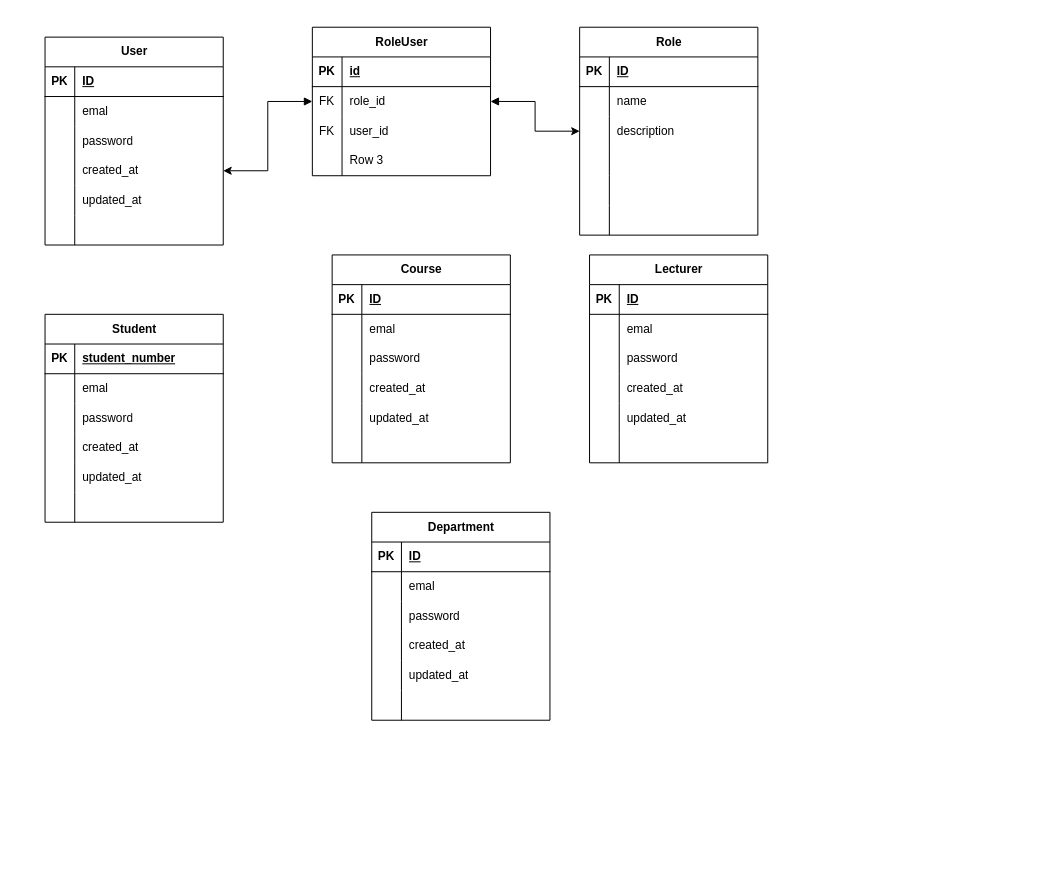
Above: page "ERDs" (1 of 2) of docs/ERD for QRCODE PRO.drawio in Phiwadludlu/QRClass-Pro (draw.io), before the change. Source tidied: cells renumbered, new cells numbered last; positions are measured from the earlier drawing's top-left corner, leaving out a move shared by most shapes. Both pictures are drawn from the tidied source at 99%, with x=0, y=0 at pixel (45, 27).
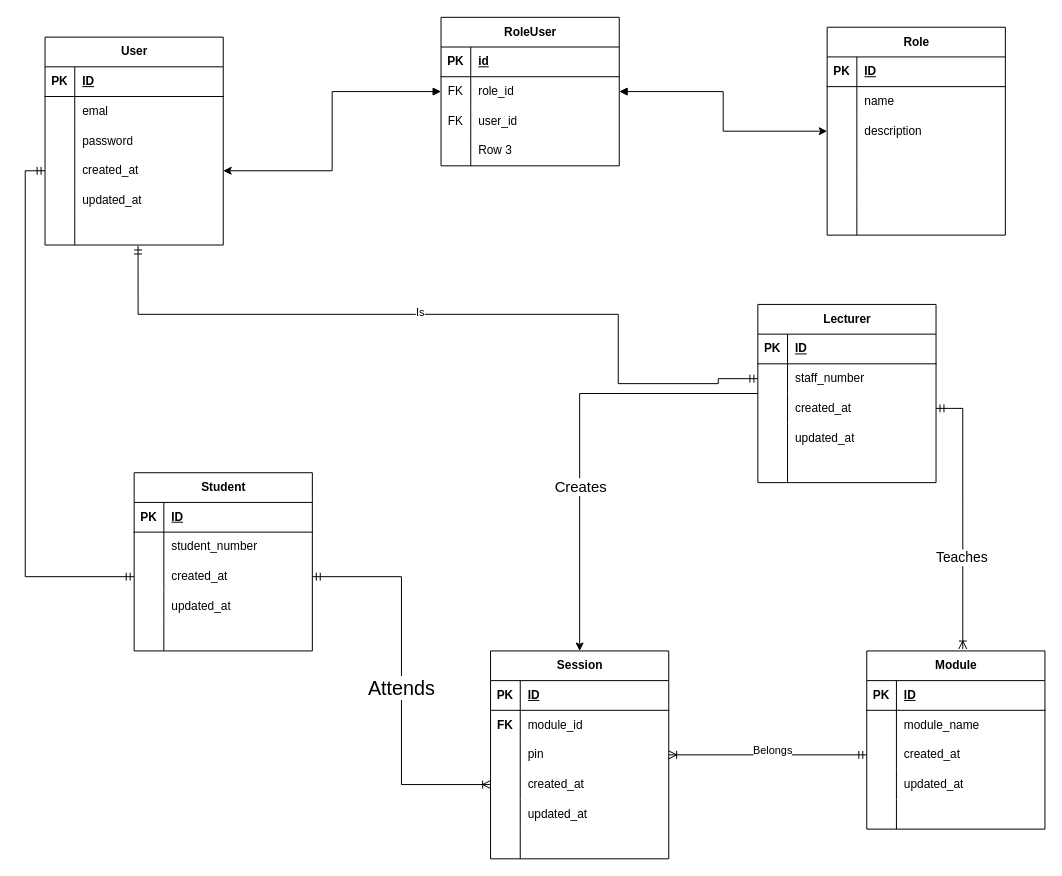
Above is the later version.

Unchanged cells that the change refers to:
```xml
<mxCell id="12" style="shape=tableRow;horizontal=0;startSize=0;swimlaneHead=0;swimlaneBody=0;fillColor=none;points=[[0,0.5],[1,0.5]];portConstraint=eastwest;top=0;left=0;right=0;bottom=0;" parent="2" vertex="1">
  <mxGeometry y="120" width="180" height="30" as="geometry" />
</mxCell>
<mxCell id="18" style="shape=tableRow;horizontal=0;startSize=0;swimlaneHead=0;swimlaneBody=0;fillColor=none;points=[[0,0.5],[1,0.5]];portConstraint=eastwest;top=0;left=0;right=0;bottom=0;" parent="2" vertex="1">
  <mxGeometry y="180" width="180" height="30" as="geometry" />
</mxCell>
<mxCell id="59" style="shape=tableRow;horizontal=0;startSize=0;swimlaneHead=0;swimlaneBody=0;fillColor=none;top=0;left=0;right=0;bottom=0;" parent="55" vertex="1">
  <mxGeometry y="60" width="180" height="30" as="geometry" />
</mxCell>
<mxCell id="62" style="shape=tableRow;horizontal=0;startSize=0;swimlaneHead=0;swimlaneBody=0;fillColor=none;points=[[0,0.5],[1,0.5]];portConstraint=eastwest;top=0;left=0;right=0;bottom=0;" parent="55" vertex="1">
  <mxGeometry y="90" width="180" height="30" as="geometry" />
</mxCell>
<mxCell id="65" style="shape=tableRow;horizontal=0;startSize=0;swimlaneHead=0;swimlaneBody=0;fillColor=none;points=[[0,0.5],[1,0.5]];portConstraint=eastwest;top=0;left=0;right=0;bottom=0;" parent="55" vertex="1">
  <mxGeometry y="120" width="180" height="30" as="geometry" />
</mxCell>
<mxCell id="97" style="shape=tableRow;horizontal=0;startSize=0;swimlaneHead=0;swimlaneBody=0;fillColor=none;points=[[0,0.5],[1,0.5]];portConstraint=eastwest;top=0;left=0;right=0;bottom=0;" parent="93" vertex="1">
  <mxGeometry y="60" width="180" height="30" as="geometry" />
</mxCell>
<mxCell id="113" style="shape=tableRow;horizontal=0;startSize=0;swimlaneHead=0;swimlaneBody=0;fillColor=none;top=0;left=0;right=0;bottom=1;" parent="112" vertex="1">
  <mxGeometry y="30" width="180" height="30" as="geometry" />
</mxCell>
<mxCell id="116" style="shape=tableRow;horizontal=0;startSize=0;swimlaneHead=0;swimlaneBody=0;fillColor=none;top=0;left=0;right=0;bottom=0;" parent="112" vertex="1">
  <mxGeometry y="60" width="180" height="30" as="geometry" />
</mxCell>
```

The edit, as a diff of the source:
```diff
@@
+    <mxCell id="131" style="edgeStyle=orthogonalEdgeStyle;rounded=0;jettySize=auto;html=1;entryX=0;entryY=0.5;entryDx=0;entryDy=0;startArrow=ERmandOne;startFill=0;endArrow=ERmandOne;endFill=0;exitX=0.522;exitY=1.033;exitDx=0;exitDy=0;exitPerimeter=0;" parent="1" edge="1" source="18" target="97">
+      <mxGeometry relative="1" as="geometry">
+        <Array as="points">
+          <mxPoint x="94" y="290" />
+          <mxPoint x="579" y="290" />
+          <mxPoint x="579" y="360" />
+          <mxPoint x="680" y="360" />
+        </Array>
+      </mxGeometry>
+    </mxCell>
+    <mxCell id="132" value="Is" style="edgeLabel;html=1;align=center;verticalAlign=middle;" parent="131" vertex="1">
+      <mxGeometry x="-0.08" y="3" relative="1" as="geometry" />
+    </mxCell>
@@
     <mxCell id="21" value="Role" style="shape=table;startSize=30;childLayout=tableLayout;rowLines=0;fontStyle=1;align=center;html=1;" parent="1" vertex="1">
-      <mxGeometry x="540" width="180" height="210" as="geometry" />
+      <mxGeometry x="790" width="180" height="210" as="geometry" />
     </mxCell>
@@
     <mxCell id="40" value="RoleUser" style="shape=table;startSize=30;childLayout=tableLayout;rowLines=0;fontStyle=1;align=center;html=1;" parent="1" vertex="1">
-      <mxGeometry x="270" width="180" height="150" as="geometry" />
+      <mxGeometry x="400" y="-10" width="180" height="150" as="geometry" />
     </mxCell>
@@
-    <mxCell id="55" value="Department" style="shape=table;startSize=30;childLayout=tableLayout;rowLines=0;fontStyle=1;align=center;html=1;" parent="1" vertex="1">
-      <mxGeometry x="330" y="490" width="180" height="210" as="geometry" />
+    <mxCell id="55" value="Session" style="shape=table;startSize=30;childLayout=tableLayout;rowLines=0;fontStyle=1;align=center;html=1;" parent="1" vertex="1">
+      <mxGeometry x="450" y="630" width="180" height="210" as="geometry" />
     </mxCell>
@@
-    <mxCell id="60" style="shape=partialRectangle;fillColor=none;top=0;left=0;bottom=0;right=0;overflow=hidden;whiteSpace=wrap;html=1;" parent="59" vertex="1">
+    <mxCell id="60" value="&lt;b&gt;FK&lt;/b&gt;" style="shape=partialRectangle;fillColor=none;top=0;left=0;bottom=0;right=0;overflow=hidden;whiteSpace=wrap;html=1;" parent="59" vertex="1">
       <mxGeometry width="30" height="30" as="geometry" />
     </mxCell>
-    <mxCell id="61" value="emal" style="shape=partialRectangle;fillColor=none;top=0;left=0;bottom=0;right=0;align=left;spacingLeft=6;overflow=hidden;whiteSpace=wrap;html=1;" parent="59" vertex="1">
+    <mxCell id="61" value="module_id" style="shape=partialRectangle;fillColor=none;top=0;left=0;bottom=0;right=0;align=left;spacingLeft=6;overflow=hidden;whiteSpace=wrap;html=1;" parent="59" vertex="1">
       <mxGeometry x="30" width="150" height="30" as="geometry" />
     </mxCell>
@@
-    <mxCell id="64" value="password" style="shape=partialRectangle;fillColor=none;top=0;left=0;bottom=0;right=0;align=left;spacingLeft=6;overflow=hidden;whiteSpace=wrap;html=1;" parent="62" vertex="1">
+    <mxCell id="64" value="pin" style="shape=partialRectangle;fillColor=none;top=0;left=0;bottom=0;right=0;align=left;spacingLeft=6;overflow=hidden;whiteSpace=wrap;html=1;" parent="62" vertex="1">
       <mxGeometry x="30" width="150" height="30" as="geometry" />
     </mxCell>
@@
-    <mxCell id="74" value="Course" style="shape=table;startSize=30;childLayout=tableLayout;rowLines=0;fontStyle=1;align=center;html=1;" parent="1" vertex="1">
-      <mxGeometry x="290" y="230" width="180" height="210" as="geometry" />
-    </mxCell>
-    <mxCell id="75" style="shape=tableRow;horizontal=0;startSize=0;swimlaneHead=0;swimlaneBody=0;fillColor=none;top=0;left=0;right=0;bottom=1;" parent="74" vertex="1">
-      <mxGeometry y="30" width="180" height="30" as="geometry" />
-    </mxCell>
-    <mxCell id="76" value="PK" style="shape=partialRectangle;fillColor=none;top=0;left=0;bottom=0;right=0;fontStyle=1;overflow=hidden;whiteSpace=wrap;html=1;" parent="75" vertex="1">
-      <mxGeometry width="30" height="30" as="geometry" />
-    </mxCell>
-    <mxCell id="77" value="ID" style="shape=partialRectangle;fillColor=none;top=0;left=0;bottom=0;right=0;align=left;spacingLeft=6;fontStyle=5;overflow=hidden;whiteSpace=wrap;html=1;" parent="75" vertex="1">
-      <mxGeometry x="30" width="150" height="30" as="geometry" />
-    </mxCell>
-    <mxCell id="78" style="shape=tableRow;horizontal=0;startSize=0;swimlaneHead=0;swimlaneBody=0;fillColor=none;top=0;left=0;right=0;bottom=0;" parent="74" vertex="1">
-      <mxGeometry y="60" width="180" height="30" as="geometry" />
-    </mxCell>
-    <mxCell id="79" style="shape=partialRectangle;fillColor=none;top=0;left=0;bottom=0;right=0;overflow=hidden;whiteSpace=wrap;html=1;" parent="78" vertex="1">
-      <mxGeometry width="30" height="30" as="geometry" />
-    </mxCell>
-    <mxCell id="80" value="emal" style="shape=partialRectangle;fillColor=none;top=0;left=0;bottom=0;right=0;align=left;spacingLeft=6;overflow=hidden;whiteSpace=wrap;html=1;" parent="78" vertex="1">
-      <mxGeometry x="30" width="150" height="30" as="geometry" />
-    </mxCell>
-    <mxCell id="81" style="shape=tableRow;horizontal=0;startSize=0;swimlaneHead=0;swimlaneBody=0;fillColor=none;top=0;left=0;right=0;bottom=0;" parent="74" vertex="1">
-      <mxGeometry y="90" width="180" height="30" as="geometry" />
-    </mxCell>
-    <mxCell id="82" style="shape=partialRectangle;fillColor=none;top=0;left=0;bottom=0;right=0;overflow=hidden;whiteSpace=wrap;html=1;" parent="81" vertex="1">
-      <mxGeometry width="30" height="30" as="geometry" />
-    </mxCell>
-    <mxCell id="83" value="password" style="shape=partialRectangle;fillColor=none;top=0;left=0;bottom=0;right=0;align=left;spacingLeft=6;overflow=hidden;whiteSpace=wrap;html=1;" parent="81" vertex="1">
-      <mxGeometry x="30" width="150" height="30" as="geometry" />
-    </mxCell>
-    <mxCell id="84" style="shape=tableRow;horizontal=0;startSize=0;swimlaneHead=0;swimlaneBody=0;fillColor=none;top=0;left=0;right=0;bottom=0;" parent="74" vertex="1">
-      <mxGeometry y="120" width="180" height="30" as="geometry" />
-    </mxCell>
-    <mxCell id="85" style="shape=partialRectangle;fillColor=none;top=0;left=0;bottom=0;right=0;overflow=hidden;whiteSpace=wrap;html=1;" parent="84" vertex="1">
-      <mxGeometry width="30" height="30" as="geometry" />
-    </mxCell>
-    <mxCell id="86" value="created_at" style="shape=partialRectangle;fillColor=none;top=0;left=0;bottom=0;right=0;align=left;spacingLeft=6;overflow=hidden;whiteSpace=wrap;html=1;" parent="84" vertex="1">
-      <mxGeometry x="30" width="150" height="30" as="geometry" />
-    </mxCell>
-    <mxCell id="87" style="shape=tableRow;horizontal=0;startSize=0;swimlaneHead=0;swimlaneBody=0;fillColor=none;top=0;left=0;right=0;bottom=0;" parent="74" vertex="1">
-      <mxGeometry y="150" width="180" height="30" as="geometry" />
-    </mxCell>
-    <mxCell id="88" style="shape=partialRectangle;fillColor=none;top=0;left=0;bottom=0;right=0;overflow=hidden;whiteSpace=wrap;html=1;" parent="87" vertex="1">
-      <mxGeometry width="30" height="30" as="geometry" />
-    </mxCell>
-    <mxCell id="89" value="updated_at" style="shape=partialRectangle;fillColor=none;top=0;left=0;bottom=0;right=0;align=left;spacingLeft=6;overflow=hidden;whiteSpace=wrap;html=1;" parent="87" vertex="1">
-      <mxGeometry x="30" width="150" height="30" as="geometry" />
-    </mxCell>
-    <mxCell id="90" style="shape=tableRow;horizontal=0;startSize=0;swimlaneHead=0;swimlaneBody=0;fillColor=none;top=0;left=0;right=0;bottom=0;" parent="74" vertex="1">
-      <mxGeometry y="180" width="180" height="30" as="geometry" />
-    </mxCell>
-    <mxCell id="91" style="shape=partialRectangle;fillColor=none;top=0;left=0;bottom=0;right=0;overflow=hidden;whiteSpace=wrap;html=1;" parent="90" vertex="1">
-      <mxGeometry width="30" height="30" as="geometry" />
-    </mxCell>
-    <mxCell id="92" style="shape=partialRectangle;fillColor=none;top=0;left=0;bottom=0;right=0;align=left;spacingLeft=6;overflow=hidden;whiteSpace=wrap;html=1;" parent="90" vertex="1">
-      <mxGeometry x="30" width="150" height="30" as="geometry" />
-    </mxCell>
+    <mxCell id="133" style="edgeStyle=orthogonalEdgeStyle;rounded=0;jettySize=auto;html=1;entryX=0.5;entryY=0;entryDx=0;entryDy=0;" parent="1" edge="1" source="93" target="55">
+      <mxGeometry relative="1" as="geometry" />
+    </mxCell>
+    <mxCell id="134" value="&lt;font style=&quot;font-size: 15px;&quot;&gt;Creates&lt;/font&gt;" style="edgeLabel;html=1;align=center;verticalAlign=middle;" parent="133" vertex="1">
+      <mxGeometry x="0.24" relative="1" as="geometry" />
+    </mxCell>
     <mxCell id="93" value="Lecturer" style="shape=table;startSize=30;childLayout=tableLayout;rowLines=0;fontStyle=1;align=center;html=1;" parent="1" vertex="1">
-      <mxGeometry x="550" y="230" width="180" height="210" as="geometry" />
+      <mxGeometry x="720" y="280" width="180" height="180" as="geometry" />
     </mxCell>
@@
-    <mxCell id="99" value="emal" style="shape=partialRectangle;fillColor=none;top=0;left=0;bottom=0;right=0;align=left;spacingLeft=6;overflow=hidden;whiteSpace=wrap;html=1;" parent="97" vertex="1">
+    <mxCell id="99" value="staff_number" style="shape=partialRectangle;fillColor=none;top=0;left=0;bottom=0;right=0;align=left;spacingLeft=6;overflow=hidden;whiteSpace=wrap;html=1;" parent="97" vertex="1">
       <mxGeometry x="30" width="150" height="30" as="geometry" />
     </mxCell>
-    <mxCell id="100" style="shape=tableRow;horizontal=0;startSize=0;swimlaneHead=0;swimlaneBody=0;fillColor=none;top=0;left=0;right=0;bottom=0;" parent="93" vertex="1">
-      <mxGeometry y="90" width="180" height="30" as="geometry" />
-    </mxCell>
-    <mxCell id="101" style="shape=partialRectangle;fillColor=none;top=0;left=0;bottom=0;right=0;overflow=hidden;whiteSpace=wrap;html=1;" parent="100" vertex="1">
-      <mxGeometry width="30" height="30" as="geometry" />
-    </mxCell>
-    <mxCell id="102" value="password" style="shape=partialRectangle;fillColor=none;top=0;left=0;bottom=0;right=0;align=left;spacingLeft=6;overflow=hidden;whiteSpace=wrap;html=1;" parent="100" vertex="1">
-      <mxGeometry x="30" width="150" height="30" as="geometry" />
-    </mxCell>
     <mxCell id="103" style="shape=tableRow;horizontal=0;startSize=0;swimlaneHead=0;swimlaneBody=0;fillColor=none;points=[[0,0.5],[1,0.5]];portConstraint=eastwest;top=0;left=0;right=0;bottom=0;" parent="93" vertex="1">
-      <mxGeometry y="120" width="180" height="30" as="geometry" />
+      <mxGeometry y="90" width="180" height="30" as="geometry" />
     </mxCell>
@@
     <mxCell id="106" style="shape=tableRow;horizontal=0;startSize=0;swimlaneHead=0;swimlaneBody=0;fillColor=none;top=0;left=0;right=0;bottom=0;" parent="93" vertex="1">
-      <mxGeometry y="150" width="180" height="30" as="geometry" />
+      <mxGeometry y="120" width="180" height="30" as="geometry" />
     </mxCell>
@@
     <mxCell id="109" style="shape=tableRow;horizontal=0;startSize=0;swimlaneHead=0;swimlaneBody=0;fillColor=none;top=0;left=0;right=0;bottom=0;" parent="93" vertex="1">
-      <mxGeometry y="180" width="180" height="30" as="geometry" />
+      <mxGeometry y="150" width="180" height="30" as="geometry" />
     </mxCell>
@@
     <mxCell id="112" value="Student" style="shape=table;startSize=30;childLayout=tableLayout;rowLines=0;fontStyle=1;align=center;html=1;" parent="1" vertex="1">
-      <mxGeometry y="290" width="180" height="210" as="geometry" />
+      <mxGeometry x="90" y="450" width="180" height="180" as="geometry" />
     </mxCell>
@@
-    <mxCell id="115" value="student_number" style="shape=partialRectangle;fillColor=none;top=0;left=0;bottom=0;right=0;align=left;spacingLeft=6;fontStyle=5;overflow=hidden;whiteSpace=wrap;html=1;" parent="113" vertex="1">
+    <mxCell id="115" value="ID" style="shape=partialRectangle;fillColor=none;top=0;left=0;bottom=0;right=0;align=left;spacingLeft=6;fontStyle=5;overflow=hidden;whiteSpace=wrap;html=1;" parent="113" vertex="1">
       <mxGeometry x="30" width="150" height="30" as="geometry" />
     </mxCell>
@@
-    <mxCell id="118" value="emal" style="shape=partialRectangle;fillColor=none;top=0;left=0;bottom=0;right=0;align=left;spacingLeft=6;overflow=hidden;whiteSpace=wrap;html=1;" parent="116" vertex="1">
+    <mxCell id="118" value="student_number" style="shape=partialRectangle;fillColor=none;top=0;left=0;bottom=0;right=0;align=left;spacingLeft=6;overflow=hidden;whiteSpace=wrap;html=1;" parent="116" vertex="1">
       <mxGeometry x="30" width="150" height="30" as="geometry" />
     </mxCell>
-    <mxCell id="119" style="shape=tableRow;horizontal=0;startSize=0;swimlaneHead=0;swimlaneBody=0;fillColor=none;top=0;left=0;right=0;bottom=0;" parent="112" vertex="1">
-      <mxGeometry y="90" width="180" height="30" as="geometry" />
-    </mxCell>
-    <mxCell id="120" style="shape=partialRectangle;fillColor=none;top=0;left=0;bottom=0;right=0;overflow=hidden;whiteSpace=wrap;html=1;" parent="119" vertex="1">
-      <mxGeometry width="30" height="30" as="geometry" />
-    </mxCell>
-    <mxCell id="121" value="password" style="shape=partialRectangle;fillColor=none;top=0;left=0;bottom=0;right=0;align=left;spacingLeft=6;overflow=hidden;whiteSpace=wrap;html=1;" parent="119" vertex="1">
-      <mxGeometry x="30" width="150" height="30" as="geometry" />
-    </mxCell>
     <mxCell id="122" style="shape=tableRow;horizontal=0;startSize=0;swimlaneHead=0;swimlaneBody=0;fillColor=none;points=[[0,0.5],[1,0.5]];portConstraint=eastwest;top=0;left=0;right=0;bottom=0;" parent="112" vertex="1">
-      <mxGeometry y="120" width="180" height="30" as="geometry" />
+      <mxGeometry y="90" width="180" height="30" as="geometry" />
     </mxCell>
@@
     <mxCell id="125" style="shape=tableRow;horizontal=0;startSize=0;swimlaneHead=0;swimlaneBody=0;fillColor=none;top=0;left=0;right=0;bottom=0;" parent="112" vertex="1">
-      <mxGeometry y="150" width="180" height="30" as="geometry" />
+      <mxGeometry y="120" width="180" height="30" as="geometry" />
     </mxCell>
@@
     <mxCell id="128" style="shape=tableRow;horizontal=0;startSize=0;swimlaneHead=0;swimlaneBody=0;fillColor=none;top=0;left=0;right=0;bottom=0;" parent="112" vertex="1">
-      <mxGeometry y="180" width="180" height="30" as="geometry" />
+      <mxGeometry y="150" width="180" height="30" as="geometry" />
     </mxCell>
@@
+    <mxCell id="135" value="Module" style="shape=table;startSize=30;childLayout=tableLayout;rowLines=0;fontStyle=1;align=center;html=1;" parent="1" vertex="1">
+      <mxGeometry x="830" y="630" width="180" height="180" as="geometry" />
+    </mxCell>
+    <mxCell id="75" style="shape=tableRow;horizontal=0;startSize=0;swimlaneHead=0;swimlaneBody=0;fillColor=none;top=0;left=0;right=0;bottom=1;" parent="135" vertex="1">
+      <mxGeometry y="30" width="180" height="30" as="geometry" />
+    </mxCell>
+    <mxCell id="76" value="PK" style="shape=partialRectangle;fillColor=none;top=0;left=0;bottom=0;right=0;fontStyle=1;overflow=hidden;whiteSpace=wrap;html=1;" parent="75" vertex="1">
+      <mxGeometry width="30" height="30" as="geometry" />
+    </mxCell>
+    <mxCell id="77" value="ID" style="shape=partialRectangle;fillColor=none;top=0;left=0;bottom=0;right=0;align=left;spacingLeft=6;fontStyle=5;overflow=hidden;whiteSpace=wrap;html=1;" parent="75" vertex="1">
+      <mxGeometry x="30" width="150" height="30" as="geometry" />
+    </mxCell>
+    <mxCell id="78" style="shape=tableRow;horizontal=0;startSize=0;swimlaneHead=0;swimlaneBody=0;fillColor=none;top=0;left=0;right=0;bottom=0;" parent="135" vertex="1">
+      <mxGeometry y="60" width="180" height="30" as="geometry" />
+    </mxCell>
+    <mxCell id="136" style="shape=partialRectangle;fillColor=none;top=0;left=0;bottom=0;right=0;overflow=hidden;whiteSpace=wrap;html=1;" parent="78" vertex="1">
+      <mxGeometry width="30" height="30" as="geometry" />
+    </mxCell>
+    <mxCell id="137" value="module_name" style="shape=partialRectangle;fillColor=none;top=0;left=0;bottom=0;right=0;align=left;spacingLeft=6;overflow=hidden;whiteSpace=wrap;html=1;" parent="78" vertex="1">
+      <mxGeometry x="30" width="150" height="30" as="geometry" />
+    </mxCell>
+    <mxCell id="138" style="shape=tableRow;horizontal=0;startSize=0;swimlaneHead=0;swimlaneBody=0;fillColor=none;points=[[0,0.5],[1,0.5]];portConstraint=eastwest;top=0;left=0;right=0;bottom=0;" parent="135" vertex="1">
+      <mxGeometry y="90" width="180" height="30" as="geometry" />
+    </mxCell>
+    <mxCell id="139" style="shape=partialRectangle;fillColor=none;top=0;left=0;bottom=0;right=0;overflow=hidden;whiteSpace=wrap;html=1;" parent="138" vertex="1">
+      <mxGeometry width="30" height="30" as="geometry" />
+    </mxCell>
+    <mxCell id="86" value="created_at" style="shape=partialRectangle;fillColor=none;top=0;left=0;bottom=0;right=0;align=left;spacingLeft=6;overflow=hidden;whiteSpace=wrap;html=1;" parent="138" vertex="1">
+      <mxGeometry x="30" width="150" height="30" as="geometry" />
+    </mxCell>
+    <mxCell id="84" style="shape=tableRow;horizontal=0;startSize=0;swimlaneHead=0;swimlaneBody=0;fillColor=none;top=0;left=0;right=0;bottom=0;" parent="135" vertex="1">
+      <mxGeometry y="120" width="180" height="30" as="geometry" />
+    </mxCell>
+    <mxCell id="140" style="shape=partialRectangle;fillColor=none;top=0;left=0;bottom=0;right=0;overflow=hidden;whiteSpace=wrap;html=1;" parent="84" vertex="1">
+      <mxGeometry width="30" height="30" as="geometry" />
+    </mxCell>
+    <mxCell id="89" value="updated_at" style="shape=partialRectangle;fillColor=none;top=0;left=0;bottom=0;right=0;align=left;spacingLeft=6;overflow=hidden;whiteSpace=wrap;html=1;" parent="84" vertex="1">
+      <mxGeometry x="30" width="150" height="30" as="geometry" />
+    </mxCell>
+    <mxCell id="87" style="shape=tableRow;horizontal=0;startSize=0;swimlaneHead=0;swimlaneBody=0;fillColor=none;top=0;left=0;right=0;bottom=0;" parent="135" vertex="1">
+      <mxGeometry y="150" width="180" height="30" as="geometry" />
+    </mxCell>
+    <mxCell id="141" style="shape=partialRectangle;fillColor=none;top=0;left=0;bottom=0;right=0;overflow=hidden;whiteSpace=wrap;html=1;" parent="87" vertex="1">
+      <mxGeometry width="30" height="30" as="geometry" />
+    </mxCell>
+    <mxCell id="92" style="shape=partialRectangle;fillColor=none;top=0;left=0;bottom=0;right=0;align=left;spacingLeft=6;overflow=hidden;whiteSpace=wrap;html=1;" parent="87" vertex="1">
+      <mxGeometry x="30" width="150" height="30" as="geometry" />
+    </mxCell>
+    <mxCell id="142" style="edgeStyle=orthogonalEdgeStyle;rounded=0;jettySize=auto;html=1;exitX=0;exitY=0.5;exitDx=0;exitDy=0;entryX=0;entryY=0.5;entryDx=0;entryDy=0;startArrow=ERmandOne;startFill=0;endArrow=ERmandOne;endFill=0;" parent="1" edge="1" source="12" target="122">
+      <mxGeometry relative="1" as="geometry">
+        <Array as="points">
+          <mxPoint x="-20" y="145" />
+          <mxPoint x="-20" y="555" />
+        </Array>
+      </mxGeometry>
+    </mxCell>
+    <mxCell id="143" style="edgeStyle=orthogonalEdgeStyle;rounded=0;jettySize=auto;html=1;exitX=1;exitY=0.5;exitDx=0;exitDy=0;entryX=0;entryY=0.5;entryDx=0;entryDy=0;startArrow=ERoneToMany;startFill=0;endArrow=ERmandOne;endFill=0;" parent="1" edge="1" source="62" target="138">
+      <mxGeometry relative="1" as="geometry" />
+    </mxCell>
+    <mxCell id="144" value="Belongs" style="edgeLabel;html=1;align=center;verticalAlign=middle;" parent="143" vertex="1">
+      <mxGeometry x="0.04" y="5" relative="1" as="geometry" />
+    </mxCell>
+    <mxCell id="145" style="edgeStyle=orthogonalEdgeStyle;rounded=0;jettySize=auto;html=1;exitX=1;exitY=0.5;exitDx=0;exitDy=0;entryX=0;entryY=0.5;entryDx=0;entryDy=0;startArrow=ERmandOne;startFill=0;endArrow=ERoneToMany;endFill=0;" parent="1" edge="1" source="122" target="65">
+      <mxGeometry relative="1" as="geometry" />
+    </mxCell>
+    <mxCell id="146" value="&lt;font style=&quot;font-size: 20px;&quot;&gt;Attends&lt;/font&gt;" style="edgeLabel;html=1;align=center;verticalAlign=middle;" parent="145" vertex="1">
+      <mxGeometry x="0.03" y="-1" relative="1" as="geometry" />
+    </mxCell>
+    <mxCell id="147" style="edgeStyle=orthogonalEdgeStyle;rounded=0;jettySize=auto;html=1;exitX=1;exitY=0.5;exitDx=0;exitDy=0;entryX=0.539;entryY=-0.011;entryDx=0;entryDy=0;entryPerimeter=0;startArrow=ERmandOne;startFill=0;endArrow=ERoneToMany;endFill=0;" parent="1" edge="1" source="103" target="135">
+      <mxGeometry relative="1" as="geometry" />
+    </mxCell>
+    <mxCell id="148" value="&lt;font style=&quot;font-size: 14px;&quot;&gt;Teaches&lt;/font&gt;" style="edgeLabel;html=1;align=center;verticalAlign=middle;" parent="147" vertex="1">
+      <mxGeometry x="0.31" y="-2" relative="1" as="geometry" />
+    </mxCell>
```
